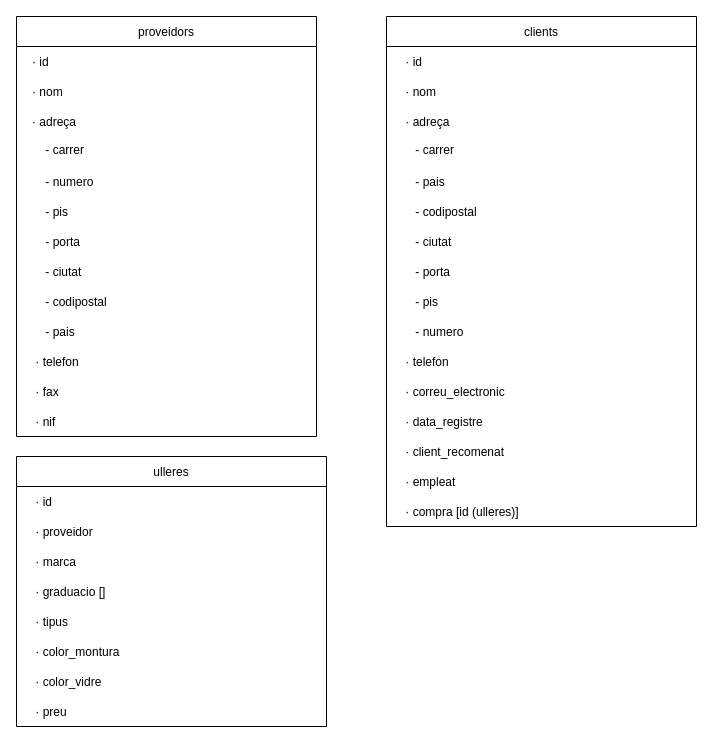
The draw.io diagram Optica.drawio in RafaLlonch/MongoDB, before the edit. Source tidied: cells renumbered, new cells numbered last; positions are measured from the earlier drawing's top-left corner, leaving out a move shared by most shapes. Both pictures are drawn from the tidied source at 100%, with x=0, y=0 at pixel (16, 16).
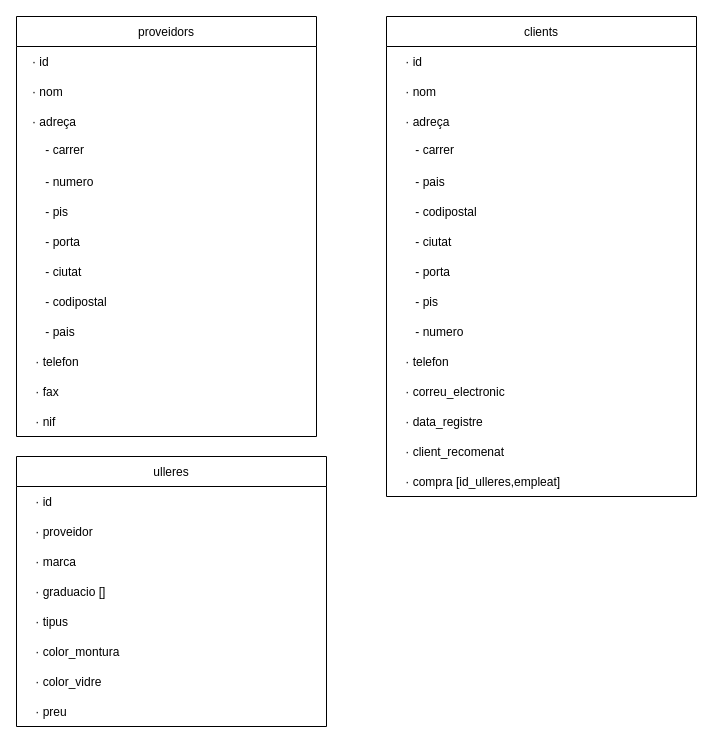
The same page after the edit.

Change to the diagram source:
```diff
@@
     <mxCell id="16" value="clients" style="swimlane;fontStyle=0;horizontal=1;startSize=30;" parent="1" vertex="1">
-      <mxGeometry x="370" width="310" height="510" as="geometry" />
+      <mxGeometry x="370" width="310" height="480" as="geometry" />
     </mxCell>
@@
-    <mxCell id="31" value="    · empleat" style="text;strokeColor=none;fillColor=none;align=left;verticalAlign=middle;spacingLeft=4;spacingRight=4;overflow=hidden;" parent="16" vertex="1">
-      <mxGeometry y="450" width="310" height="30" as="geometry" />
-    </mxCell>
-    <mxCell id="32" value="    · compra [id (ulleres)]" style="text;strokeColor=none;fillColor=none;align=left;verticalAlign=middle;spacingLeft=4;spacingRight=4;overflow=hidden;" parent="16" vertex="1">
-      <mxGeometry y="480" width="310" height="30" as="geometry" />
+    <mxCell id="32" value="    · compra [id_ulleres,empleat]" style="text;strokeColor=none;fillColor=none;align=left;verticalAlign=middle;spacingLeft=4;spacingRight=4;overflow=hidden;" parent="16" vertex="1">
+      <mxGeometry y="450" width="310" height="30" as="geometry" />
     </mxCell>
```
